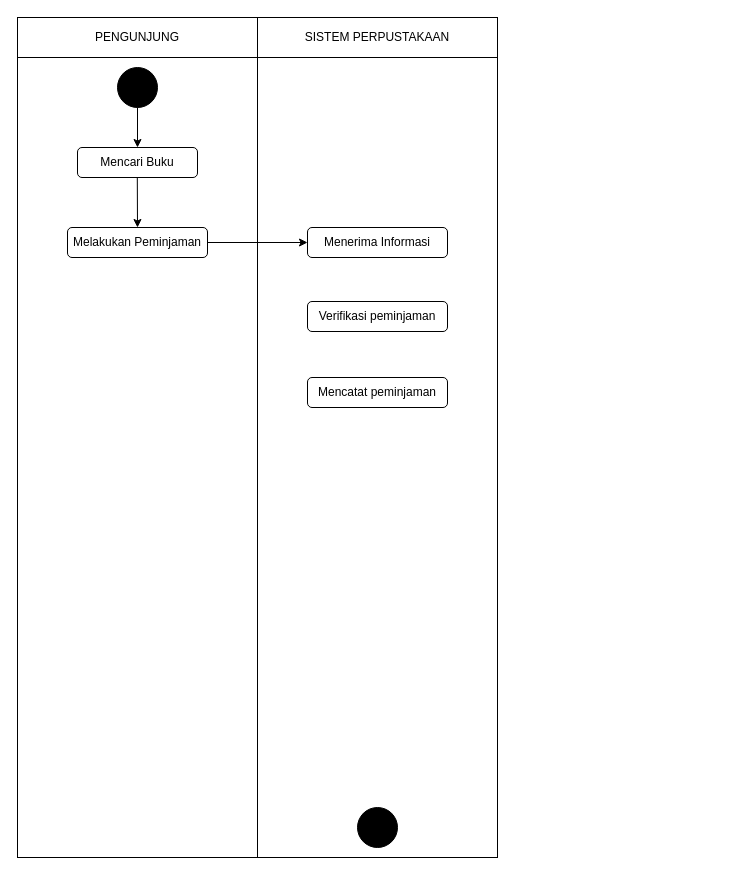
Earlier version of the draw.io diagram Activity Diagram.drawio (descamp-aji/descamp-aji.github.io). Source tidied: cells renumbered, new cells numbered last; positions are measured from the earlier drawing's top-left corner, leaving out a move shared by most shapes. Both pictures are drawn from the tidied source at 100%, with x=0, y=0 at pixel (17, 17).
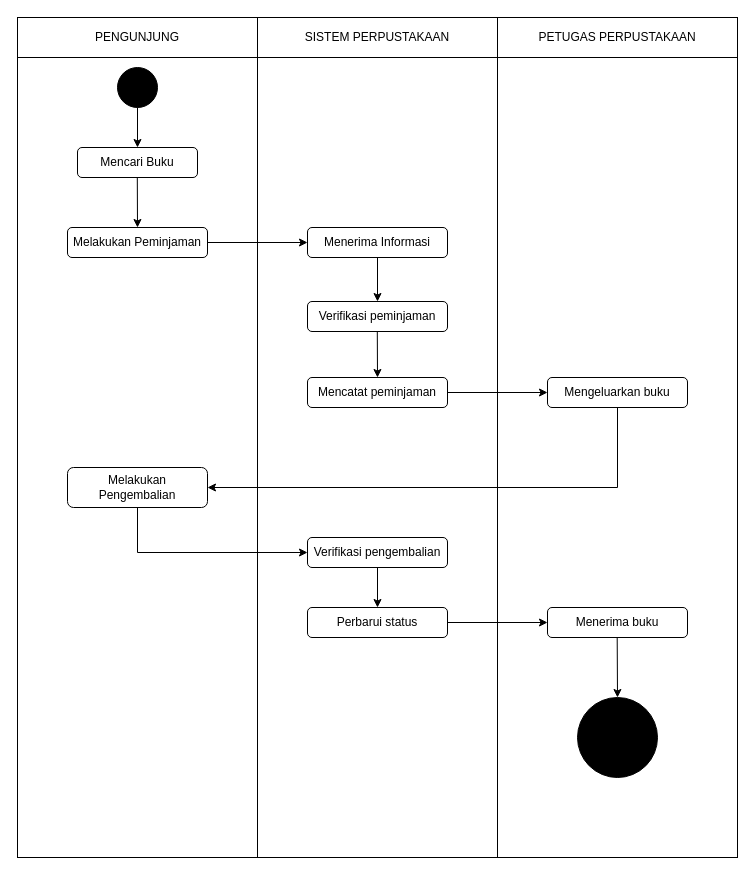
The same diagram, later.

The change refers to these unchanged cells:
```xml
<mxCell id="12" value="Menerima Informasi" style="rounded=1;whiteSpace=wrap;html=1;" parent="1" vertex="1">
  <mxGeometry x="290" y="210" width="140" height="30" as="geometry" />
</mxCell>
<mxCell id="13" value="Verifikasi peminjaman" style="rounded=1;whiteSpace=wrap;html=1;" parent="1" vertex="1">
  <mxGeometry x="290" y="284" width="140" height="30" as="geometry" />
</mxCell>
<mxCell id="14" value="Mencatat peminjaman" style="rounded=1;whiteSpace=wrap;html=1;" parent="1" vertex="1">
  <mxGeometry x="290" y="360" width="140" height="30" as="geometry" />
</mxCell>
```

Diff of the diagram source:
```diff
@@
-    <mxCell id="7" style="ellipse;whiteSpace=wrap;html=1;fillColor=#000000;" parent="1" vertex="1">
-      <mxGeometry x="340" y="790" width="40" height="40" as="geometry" />
-    </mxCell>
@@
+    <mxCell id="16" value="Melakukan Pengembalian" style="rounded=1;whiteSpace=wrap;html=1;" parent="1" vertex="1">
+      <mxGeometry x="50" y="450" width="140" height="40" as="geometry" />
+    </mxCell>
+    <mxCell id="17" style="endArrow=classic;html=1;rounded=0;exitX=0.5;exitY=1;exitDx=0;exitDy=0;entryX=0.5;entryY=0;entryDx=0;entryDy=0;" parent="1" edge="1" source="12" target="13">
+      <mxGeometry relative="1" as="geometry" />
+    </mxCell>
+    <mxCell id="18" style="endArrow=classic;html=1;rounded=0;exitX=0.5;exitY=1;exitDx=0;exitDy=0;entryX=0.5;entryY=0;entryDx=0;entryDy=0;" parent="1" edge="1" target="14">
+      <mxGeometry relative="1" as="geometry">
+        <mxPoint x="359.8" y="314" as="sourcePoint" />
+      </mxGeometry>
+    </mxCell>
+    <mxCell id="19" style="rounded=0;whiteSpace=wrap;html=1;" parent="1" vertex="1">
+      <mxGeometry x="480" width="240" height="840" as="geometry" />
+    </mxCell>
+    <mxCell id="20" value="PETUGAS PERPUSTAKAAN" style="rounded=0;whiteSpace=wrap;html=1;" parent="1" vertex="1">
+      <mxGeometry x="480" width="240" height="40" as="geometry" />
+    </mxCell>
+    <mxCell id="21" value="Mengeluarkan buku" style="rounded=1;whiteSpace=wrap;html=1;" parent="1" vertex="1">
+      <mxGeometry x="530" y="360" width="140" height="30" as="geometry" />
+    </mxCell>
+    <mxCell id="22" style="endArrow=classic;html=1;rounded=0;exitX=1;exitY=0.5;exitDx=0;exitDy=0;" parent="1" edge="1" source="14" target="21">
+      <mxGeometry relative="1" as="geometry" />
+    </mxCell>
+    <mxCell id="23" style="endArrow=classic;html=1;rounded=0;entryX=1;entryY=0.5;entryDx=0;entryDy=0;exitX=0.5;exitY=1;exitDx=0;exitDy=0;" parent="1" edge="1" source="21" target="16">
+      <mxGeometry relative="1" as="geometry">
+        <Array as="points">
+          <mxPoint x="600" y="470" />
+        </Array>
+      </mxGeometry>
+    </mxCell>
+    <mxCell id="24" value="Verifikasi pengembalian" style="rounded=1;whiteSpace=wrap;html=1;" parent="1" vertex="1">
+      <mxGeometry x="290" y="520" width="140" height="30" as="geometry" />
+    </mxCell>
+    <mxCell id="25" value="Perbarui status" style="rounded=1;whiteSpace=wrap;html=1;" parent="1" vertex="1">
+      <mxGeometry x="290" y="590" width="140" height="30" as="geometry" />
+    </mxCell>
+    <mxCell id="26" style="endArrow=classic;html=1;rounded=0;entryX=0;entryY=0.5;entryDx=0;entryDy=0;exitX=0.5;exitY=1;exitDx=0;exitDy=0;" parent="1" edge="1" source="16" target="24">
+      <mxGeometry relative="1" as="geometry">
+        <Array as="points">
+          <mxPoint x="120" y="535" />
+        </Array>
+      </mxGeometry>
+    </mxCell>
+    <mxCell id="27" style="endArrow=classic;html=1;rounded=0;exitX=0.5;exitY=1;exitDx=0;exitDy=0;" parent="1" edge="1">
+      <mxGeometry relative="1" as="geometry">
+        <mxPoint x="599.7" y="620" as="sourcePoint" />
+        <mxPoint x="600" y="680" as="targetPoint" />
+      </mxGeometry>
+    </mxCell>
+    <mxCell id="28" value="Menerima buku" style="rounded=1;whiteSpace=wrap;html=1;" parent="1" vertex="1">
+      <mxGeometry x="530" y="590" width="140" height="30" as="geometry" />
+    </mxCell>
+    <mxCell id="29" style="endArrow=classic;html=1;rounded=0;entryX=0.5;entryY=0;entryDx=0;entryDy=0;exitX=0.5;exitY=1;exitDx=0;exitDy=0;" parent="1" edge="1" source="24" target="25">
+      <mxGeometry relative="1" as="geometry" />
+    </mxCell>
+    <mxCell id="30" style="endArrow=classic;html=1;rounded=0;exitX=1;exitY=0.5;exitDx=0;exitDy=0;" parent="1" edge="1" source="25" target="28">
+      <mxGeometry relative="1" as="geometry" />
+    </mxCell>
+    <mxCell id="31" style="ellipse;whiteSpace=wrap;html=1;fillColor=#000000;" parent="1" vertex="1">
+      <mxGeometry x="560" y="680" width="80" height="80" as="geometry" />
+    </mxCell>
```
